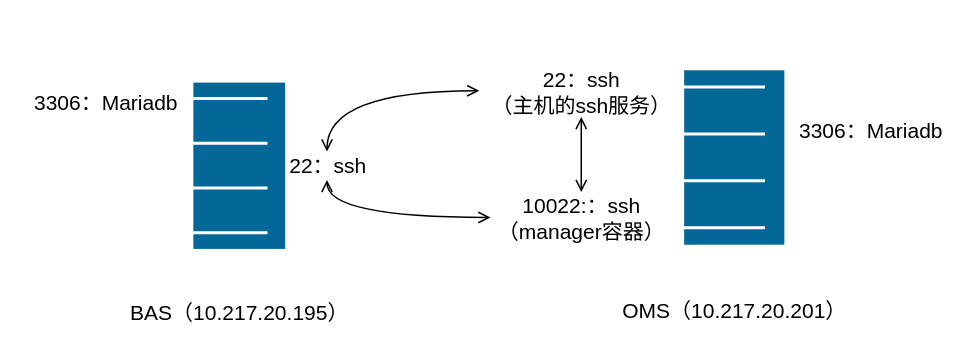
waterwatermelon/graph keeps this draw.io diagram as page "MHA-Mariadb" (4 of 4) of Mysql高可用.drawio. Above is the earlier version. Source tidied: cells renumbered, new cells numbered last; positions are measured from the earlier drawing's top-left corner, leaving out a move shared by most shapes. Both pictures are drawn from the tidied source at 150%, with x=0, y=0 at pixel (26, 27).
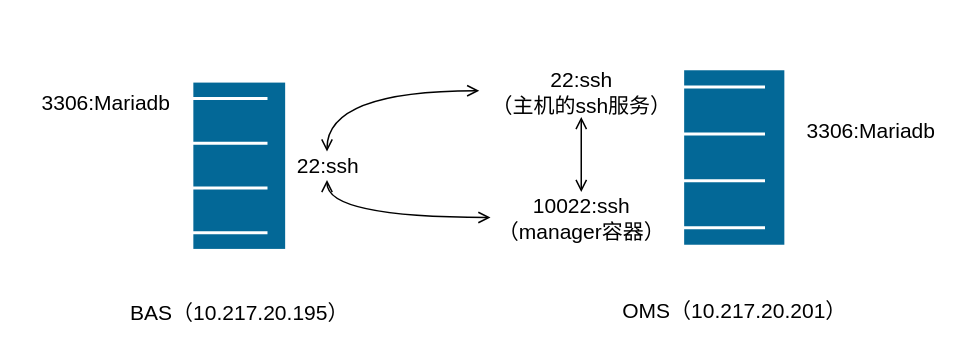
The same diagram, later.

Commit message:
更新Mysql高可用.drawio

Change to the diagram source:
```diff
@@
 <mxGraphModel>
   <root>
     <mxCell id="0" />
     <mxCell id="1" parent="0" />
     <mxCell id="2" value="BAS（10.217.20.195）" style="shape=mxgraph.bpmn.shape;html=1;verticalLabelPosition=bottom;labelBackgroundColor=#ffffff;verticalAlign=top;align=center;perimeter=rhombusPerimeter;symbol=conditional;strokeColor=#000000;strokeWidth=1;fillColor=#FFFFFF;fontSize=14;fillColor=#036897;strokeColor=#ffffff;strokeWidth=2;" parent="1" vertex="1">
       <mxGeometry x="63" y="9" width="158" height="166" as="geometry" />
     </mxCell>
     <mxCell id="3" value="OMS（10.217.20.201）" style="shape=mxgraph.bpmn.shape;html=1;verticalLabelPosition=bottom;labelBackgroundColor=#ffffff;verticalAlign=top;align=center;perimeter=rhombusPerimeter;symbol=conditional;strokeColor=#ffffff;strokeWidth=2;fillColor=#036897;fontSize=14;" parent="1" vertex="1">
       <mxGeometry x="386" y="-0.5" width="172" height="174" as="geometry" />
     </mxCell>
-    <mxCell id="4" value="&lt;font style=&quot;font-size: 14px&quot;&gt;3306：Mariadb&lt;/font&gt;" style="text;html=1;align=center;verticalAlign=middle;" parent="1" vertex="1">
-      <mxGeometry x="510" y="59.5" width="106" height="19" as="geometry" />
+    <mxCell id="4" value="&lt;font style=&quot;font-size: 14px&quot;&gt;3306:Mariadb&lt;/font&gt;" style="text;html=1;align=center;verticalAlign=middle;" parent="1" vertex="1">
+      <mxGeometry x="515" y="59.5" width="96" height="19" as="geometry" />
     </mxCell>
-    <mxCell id="5" value="&lt;font style=&quot;font-size: 14px&quot;&gt;3306：Mariadb&lt;/font&gt;" style="text;html=1;align=center;verticalAlign=middle;" parent="1" vertex="1">
-      <mxGeometry y="40.5" width="106" height="19" as="geometry" />
+    <mxCell id="5" value="&lt;font style=&quot;font-size: 14px&quot;&gt;3306:Mariadb&lt;/font&gt;" style="text;html=1;align=center;verticalAlign=middle;" parent="1" vertex="1">
+      <mxGeometry x="5" y="40.5" width="96" height="19" as="geometry" />
     </mxCell>
     <mxCell id="6" style="edgeStyle=orthogonalEdgeStyle;rounded=0;jettySize=auto;html=1;fontSize=14;fontColor=#FFFFFF;startArrow=open;startFill=0;endArrow=open;endFill=0;curved=1;" parent="1" edge="1" source="7" target="11">
       <mxGeometry relative="1" as="geometry" />
     </mxCell>
-    <mxCell id="7" value="&lt;font style=&quot;font-size: 14px&quot;&gt;10022:：ssh &lt;br&gt;（manager容器）&lt;/font&gt;" style="text;html=1;align=center;verticalAlign=middle;points=[];" parent="1" vertex="1">
+    <mxCell id="7" value="&lt;font style=&quot;font-size: 14px&quot;&gt;10022:ssh &lt;br&gt;（manager容器）&lt;/font&gt;" style="text;html=1;align=center;verticalAlign=middle;points=[];" parent="1" vertex="1">
       <mxGeometry x="309.5" y="109.5" width="121" height="34" as="geometry" />
     </mxCell>
     <mxCell id="8" style="edgeStyle=orthogonalEdgeStyle;rounded=0;jettySize=auto;html=1;fontSize=14;fontColor=#FFFFFF;startArrow=open;startFill=0;endArrow=open;endFill=0;elbow=vertical;exitX=-0.023;exitY=0.485;exitDx=0;exitDy=0;exitPerimeter=0;curved=1;" parent="1" edge="1" source="10" target="11">
       <mxGeometry relative="1" as="geometry" />
     </mxCell>
     <mxCell id="9" style="edgeStyle=orthogonalEdgeStyle;curved=1;rounded=0;jettySize=auto;html=1;startArrow=open;startFill=0;endArrow=open;endFill=0;fontSize=14;fontColor=#FFFFFF;" parent="1" edge="1" source="10" target="7">
       <mxGeometry relative="1" as="geometry" />
     </mxCell>
-    <mxCell id="10" value="&lt;font style=&quot;font-size: 14px&quot;&gt;22：ssh&lt;br&gt;（主机的ssh服务）&lt;br&gt;&lt;/font&gt;" style="text;html=1;align=center;verticalAlign=middle;points=[];" parent="1" vertex="1">
+    <mxCell id="10" value="&lt;font style=&quot;font-size: 14px&quot;&gt;22:ssh&lt;br&gt;（主机的ssh服务）&lt;br&gt;&lt;/font&gt;" style="text;html=1;align=center;verticalAlign=middle;points=[];" parent="1" vertex="1">
       <mxGeometry x="305" y="25.5" width="130" height="34" as="geometry" />
     </mxCell>
-    <mxCell id="11" value="&lt;font style=&quot;font-size: 14px&quot;&gt;22：ssh&lt;/font&gt;" style="text;html=1;align=center;verticalAlign=middle;points=[];" parent="1" vertex="1">
-      <mxGeometry x="170" y="82.5" width="61" height="19" as="geometry" />
+    <mxCell id="11" value="&lt;font style=&quot;font-size: 14px&quot;&gt;22:ssh&lt;/font&gt;" style="text;html=1;align=center;verticalAlign=middle;points=[];" parent="1" vertex="1">
+      <mxGeometry x="175" y="82.5" width="51" height="19" as="geometry" />
     </mxCell>
   </root>
 </mxGraphModel>
```
